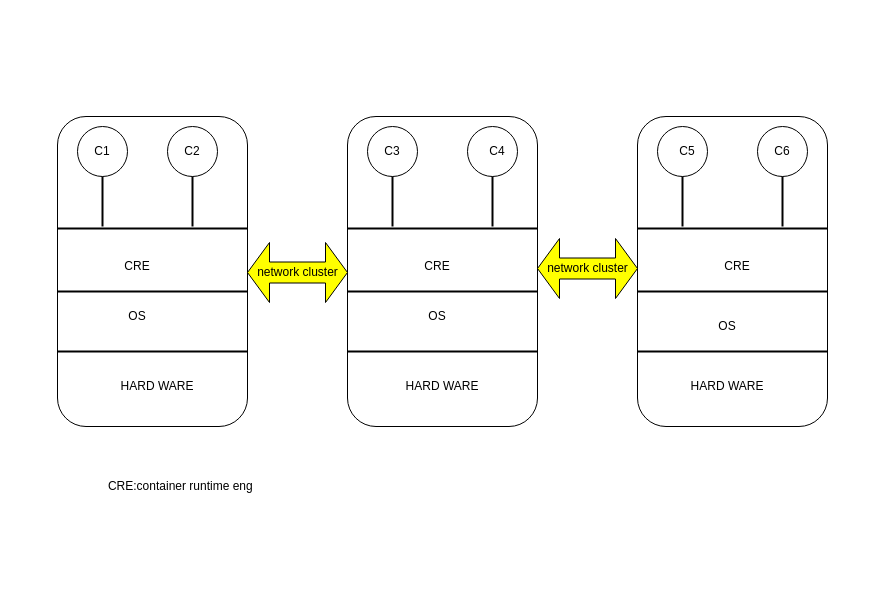
ashisnishanka/kubernet keeps this draw.io diagram as kubernet@six.drawio. Above is the earlier version. Source tidied: cells renumbered, new cells numbered last; positions are measured from the earlier drawing's top-left corner, leaving out a move shared by most shapes. Both pictures are drawn from the tidied source at 100%, with x=0, y=0 at pixel (57, 116).
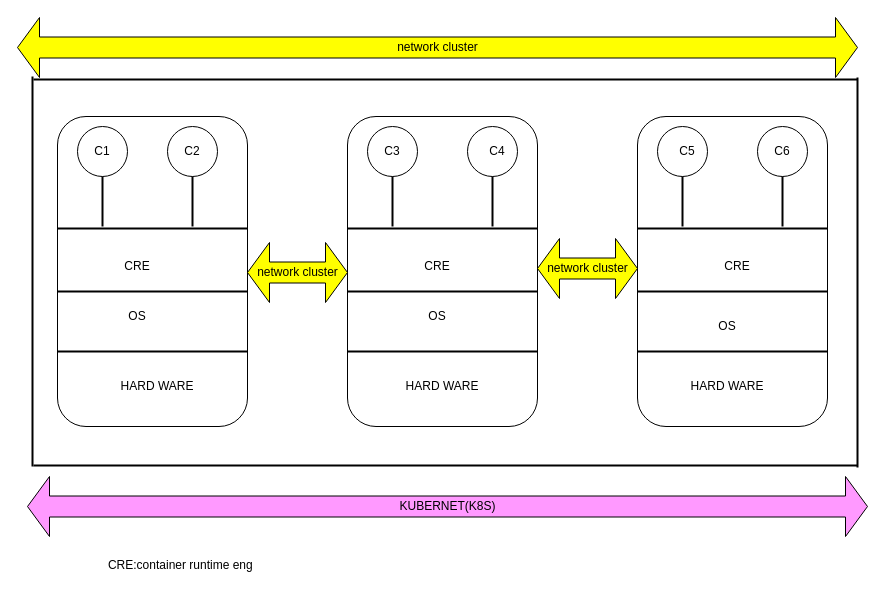
After the change.

Diff of the diagram source:
```diff
@@
     <mxCell id="43" value="CRE:container runtime eng&amp;nbsp;" style="text;html=1;strokeColor=none;fillColor=none;align=center;verticalAlign=middle;whiteSpace=wrap;rounded=0;" parent="1" vertex="1">
-      <mxGeometry x="40" y="360" width="170" height="20" as="geometry" />
+      <mxGeometry x="40" y="439" width="170" height="20" as="geometry" />
     </mxCell>
+    <mxCell id="44" style="line;strokeWidth=2;direction=south;html=1;fillColor=#FFFF00;" parent="1" vertex="1">
+      <mxGeometry x="-30" y="-40" width="10" height="390" as="geometry" />
+    </mxCell>
+    <mxCell id="45" style="line;strokeWidth=2;html=1;fillColor=#FFFF00;" parent="1" vertex="1">
+      <mxGeometry x="-24" y="344" width="824" height="10" as="geometry" />
+    </mxCell>
+    <mxCell id="46" style="line;strokeWidth=2;direction=south;html=1;fillColor=#FFFF00;" parent="1" vertex="1">
+      <mxGeometry x="795" y="-39" width="10" height="390" as="geometry" />
+    </mxCell>
+    <mxCell id="47" style="line;strokeWidth=2;html=1;fillColor=#FFFF00;" parent="1" vertex="1">
+      <mxGeometry x="-24" y="-42" width="824" height="10" as="geometry" />
+    </mxCell>
+    <mxCell id="48" value="network cluster" style="html=1;shadow=0;dashed=0;align=center;verticalAlign=middle;shape=mxgraph.arrows2.twoWayArrow;dy=0.65;dx=22;fillColor=#FFFF00;" parent="1" vertex="1">
+      <mxGeometry x="-40" y="-99" width="840" height="60" as="geometry" />
+    </mxCell>
+    <mxCell id="49" value="KUBERNET(K8S)" style="html=1;shadow=0;dashed=0;align=center;verticalAlign=middle;shape=mxgraph.arrows2.twoWayArrow;dy=0.65;dx=22;fillColor=#FF99FF;" parent="1" vertex="1">
+      <mxGeometry x="-30" y="360" width="840" height="60" as="geometry" />
+    </mxCell>
```
